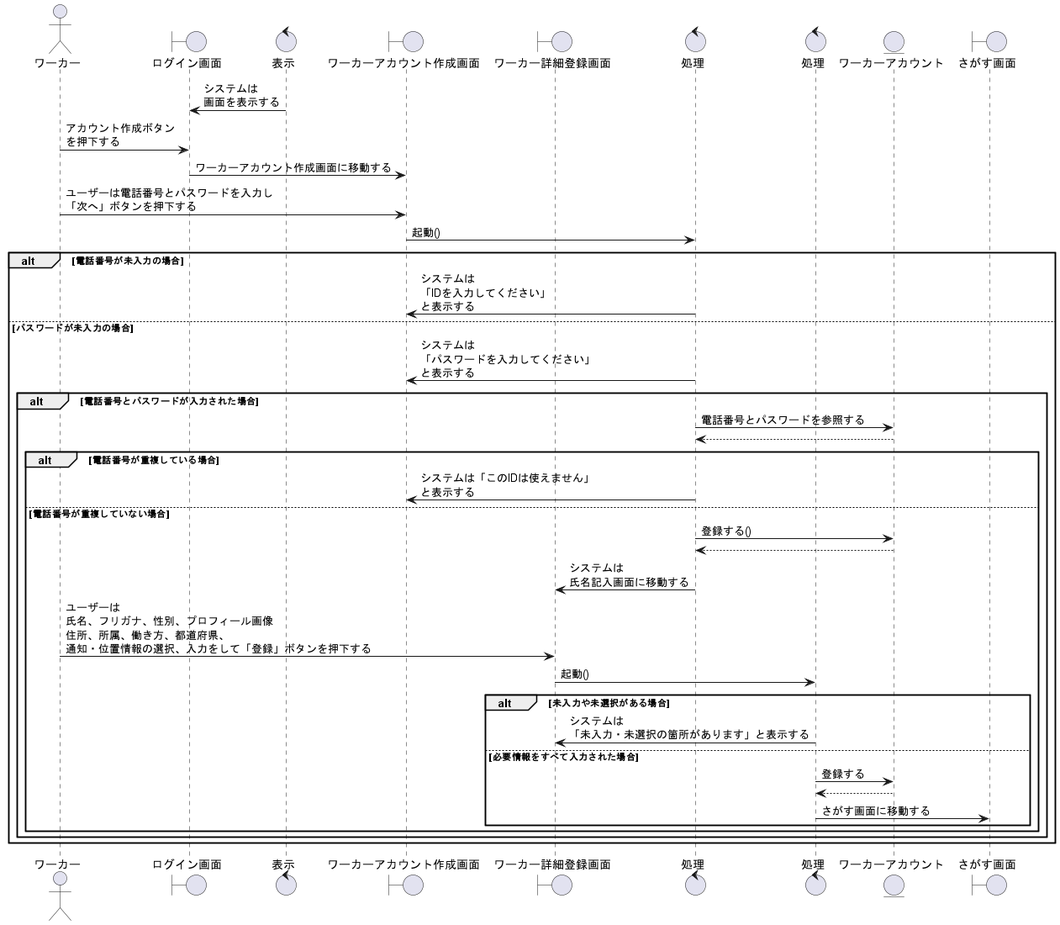
This is out/sequence_fig/1_login_fn/1_ワーカーのアカウントを作成する/ワーカーのアカウントを作成する.png from irukacb256/high_Me, a PlantUML export, as it was before one commit.
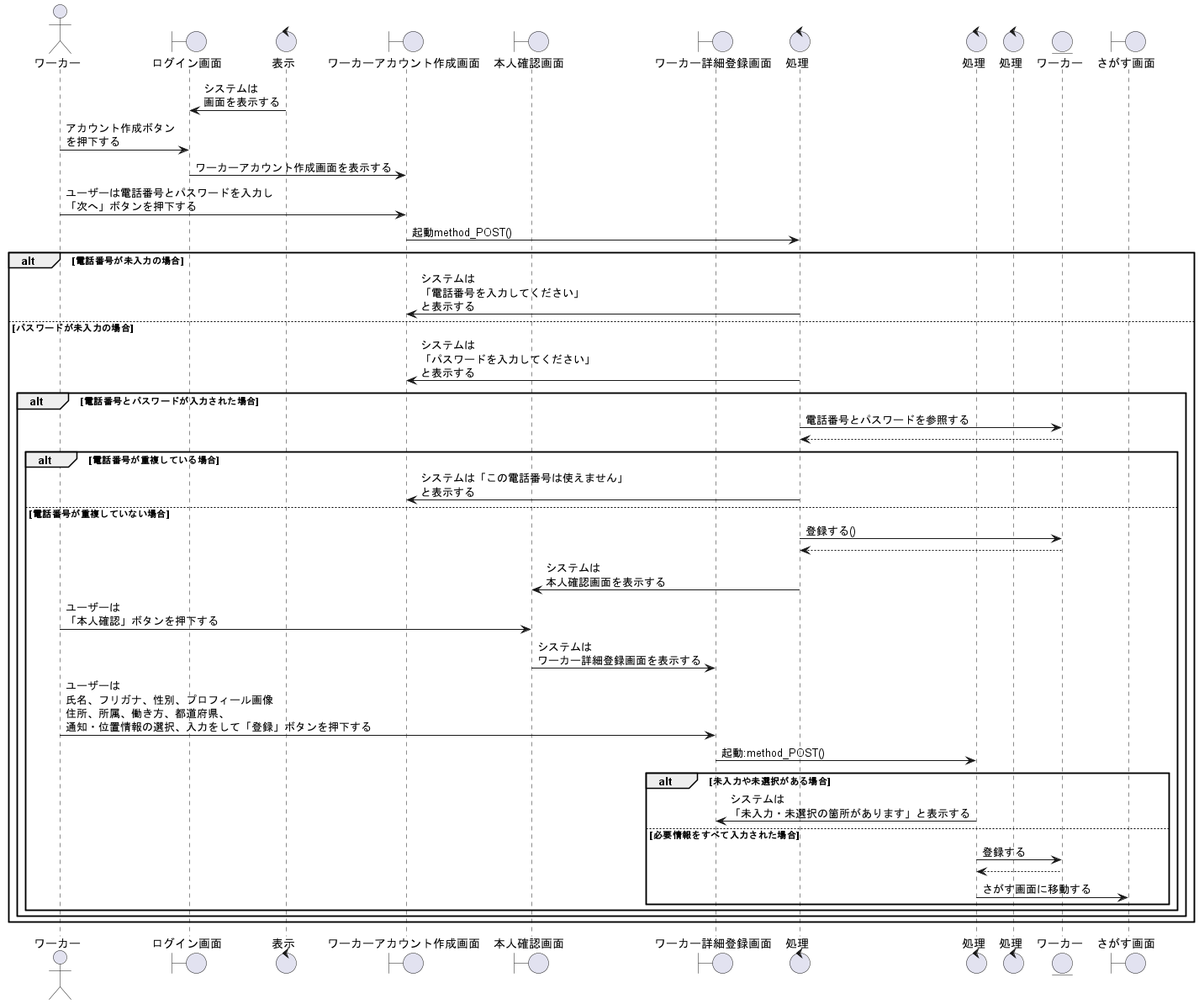
After the commit.

Change to the diagram source:
```diff
@@ -6,22 +6,23 @@
 control 表示 as co1
 
 boundary ワーカーアカウント作成画面 as wav1
+boundary 本人確認画面 as ivv1
 boundary ワーカー詳細登録画面 as wdv1
 control 処理 as co2
 control 処理 as co3
+control 処理 as co4
 
-entity ワーカーアカウント as ac1
+entity ワーカー as ac1
 boundary さがす画面 as sc1
 
 co1 -> log1 : システムは\n画面を表示する
 wo1 -> log1 : アカウント作成ボタン\nを押下する
-log1 -> wav1 : ワーカーアカウント作成画面に移動する
-
+log1 -> wav1 : ワーカーアカウント作成画面を表示する
 wo1 -> wav1 : ユーザーは電話番号とパスワードを入力し\n「次へ」ボタンを押下する
-wav1 -> co2 : 起動()
+wav1 -> co2 : 起動method_POST()
 
 alt 電話番号が未入力の場合
-    co2 -> wav1 : システムは\n「IDを入力してください」\nと表示する
+    co2 -> wav1 : システムは\n「電話番号を入力してください」\nと表示する
 
 else パスワードが未入力の場合
     co2 -> wav1 : システムは\n「パスワードを入力してください」\nと表示する
@@ -31,16 +32,16 @@
         co2 <-- ac1
 
         alt 電話番号が重複している場合
-            co2 -> wav1 : システムは「このIDは使えません」\nと表示する
+            co2 -> wav1 : システムは「この電話番号は使えません」\nと表示する
 
         else 電話番号が重複していない場合
             co2 -> ac1 : 登録する()
             co2 <-- ac1
-            co2 -> wdv1 : システムは\n氏名記入画面に移動する
+            co2 -> ivv1 : システムは\n本人確認画面を表示する
+            wo1 -> ivv1 : ユーザーは\n「本人確認」ボタンを押下する
+            ivv1 -> wdv1 : システムは\nワーカー詳細登録画面を表示する
             wo1 -> wdv1 : ユーザーは\n氏名、フリガナ、性別、プロフィール画像\n住所、所属、働き方、都道府県、\n通知・位置情報の選択、入力をして「登録」ボタンを押下する
-            wdv1 -> co3 : 起動()
-
-
+            wdv1 -> co3 : 起動:method_POST()
 
             alt 未入力や未選択がある場合
                 co3 -> wdv1 : システムは\n「未入力・未選択の箇所があります」と表示する
```
